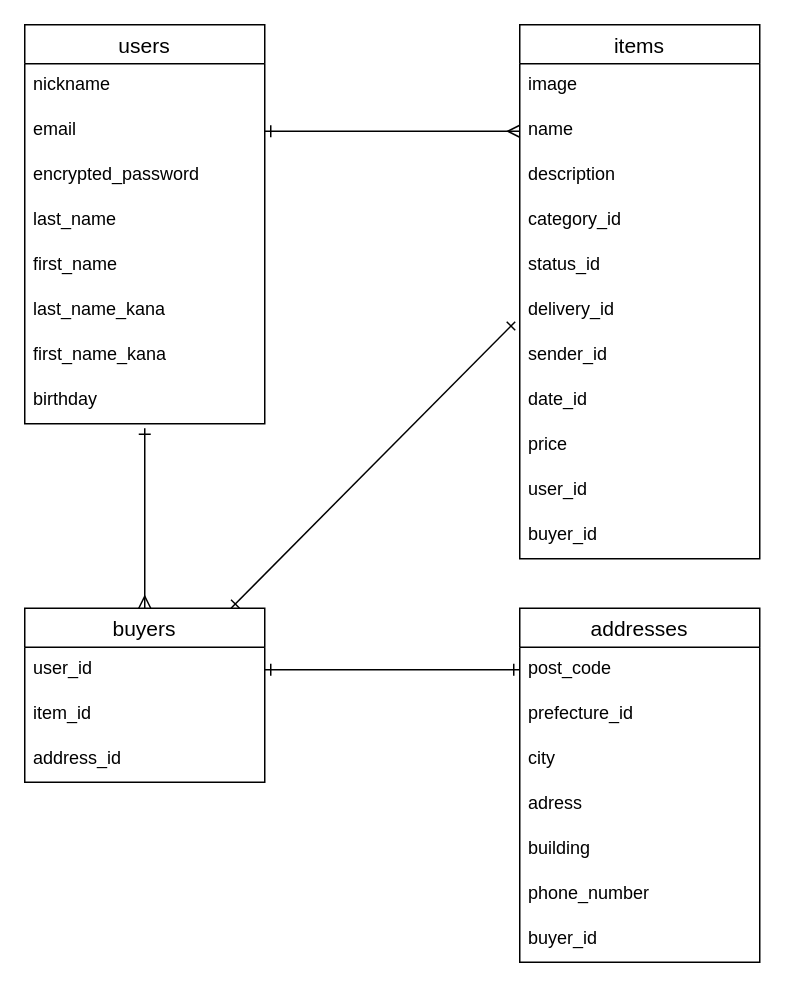
The draw.io diagram furima-38389.dio in masafumiikeda/furima-38389, before the edit. Source tidied: cells renumbered, new cells numbered last; positions are measured from the earlier drawing's top-left corner, leaving out a move shared by most shapes. Both pictures are drawn from the tidied source at 150%, with x=0, y=0 at pixel (24, 24).
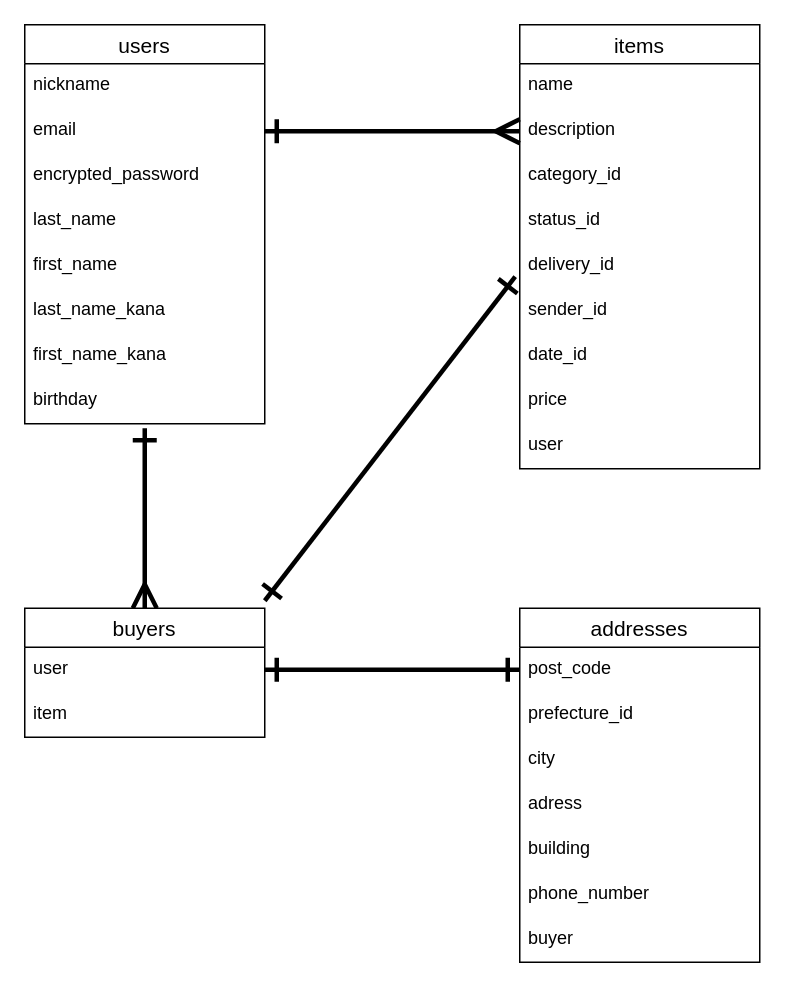
Above is the later version.

Commit message (it also covers changes not shown here):
READMEファイルの修正及びER図への反映

The change refers to these unchanged cells:
```xml
<mxCell id="4" value="email" style="text;strokeColor=none;fillColor=none;spacingLeft=4;spacingRight=4;overflow=hidden;points=[[0,0.5],[1,0.5]];portConstraint=eastwest;fontSize=12;" parent="2" vertex="1">
  <mxGeometry y="56" width="160" height="30" as="geometry" />
</mxCell>
<mxCell id="10" value="birthday" style="text;strokeColor=none;fillColor=none;spacingLeft=4;spacingRight=4;overflow=hidden;points=[[0,0.5],[1,0.5]];portConstraint=eastwest;fontSize=12;" parent="2" vertex="1">
  <mxGeometry y="236" width="160" height="30" as="geometry" />
</mxCell>
<mxCell id="30" value="addresses" style="swimlane;fontStyle=0;horizontal=1;startSize=26;align=center;fontSize=14;" parent="1" vertex="1">
  <mxGeometry x="330" y="389" width="160" height="236" as="geometry" />
</mxCell>
<mxCell id="31" value="post_code" style="text;strokeColor=none;fillColor=none;spacingLeft=4;spacingRight=4;overflow=hidden;points=[[0,0.5],[1,0.5]];portConstraint=eastwest;fontSize=12;" parent="30" vertex="1">
  <mxGeometry y="26" width="160" height="30" as="geometry" />
</mxCell>
```

Diff of the diagram source:
```diff
@@
     <mxCell id="11" value="items" style="swimlane;fontStyle=0;horizontal=1;startSize=26;align=center;fontSize=14;" parent="1" vertex="1">
-      <mxGeometry x="330" width="160" height="356" as="geometry" />
+      <mxGeometry x="330" width="160" height="296" as="geometry" />
     </mxCell>
-    <mxCell id="12" value="image" style="text;strokeColor=none;fillColor=none;spacingLeft=4;spacingRight=4;overflow=hidden;fontSize=12;" parent="11" vertex="1">
-      <mxGeometry y="26" width="160" height="30" as="geometry" />
-    </mxCell>
     <mxCell id="13" value="name" style="text;strokeColor=none;fillColor=none;spacingLeft=4;spacingRight=4;overflow=hidden;points=[[0,0.5],[1,0.5]];portConstraint=eastwest;fontSize=12;" parent="11" vertex="1">
-      <mxGeometry y="56" width="160" height="30" as="geometry" />
+      <mxGeometry y="26" width="160" height="30" as="geometry" />
     </mxCell>
     <mxCell id="14" value="description" style="text;strokeColor=none;fillColor=none;spacingLeft=4;spacingRight=4;overflow=hidden;points=[[0,0.5],[1,0.5]];portConstraint=eastwest;fontSize=12;" parent="11" vertex="1">
-      <mxGeometry y="86" width="160" height="30" as="geometry" />
+      <mxGeometry y="56" width="160" height="30" as="geometry" />
     </mxCell>
     <mxCell id="15" value="category_id" style="text;strokeColor=none;fillColor=none;spacingLeft=4;spacingRight=4;overflow=hidden;fontSize=12;" parent="11" vertex="1">
-      <mxGeometry y="116" width="160" height="30" as="geometry" />
+      <mxGeometry y="86" width="160" height="30" as="geometry" />
     </mxCell>
     <mxCell id="16" value="status_id" style="text;strokeColor=none;fillColor=none;spacingLeft=4;spacingRight=4;overflow=hidden;fontSize=12;" parent="11" vertex="1">
-      <mxGeometry y="146" width="160" height="30" as="geometry" />
+      <mxGeometry y="116" width="160" height="30" as="geometry" />
     </mxCell>
     <mxCell id="17" value="delivery_id" style="text;strokeColor=none;fillColor=none;spacingLeft=4;spacingRight=4;overflow=hidden;points=[[0,0.5],[1,0.5]];portConstraint=eastwest;fontSize=12;" parent="11" vertex="1">
-      <mxGeometry y="176" width="160" height="30" as="geometry" />
+      <mxGeometry y="146" width="160" height="30" as="geometry" />
     </mxCell>
     <mxCell id="18" value="sender_id" style="text;strokeColor=none;fillColor=none;spacingLeft=4;spacingRight=4;overflow=hidden;fontSize=12;" parent="11" vertex="1">
-      <mxGeometry y="206" width="160" height="30" as="geometry" />
+      <mxGeometry y="176" width="160" height="30" as="geometry" />
     </mxCell>
     <mxCell id="19" value="date_id" style="text;strokeColor=none;fillColor=none;spacingLeft=4;spacingRight=4;overflow=hidden;fontSize=12;" parent="11" vertex="1">
-      <mxGeometry y="236" width="160" height="30" as="geometry" />
+      <mxGeometry y="206" width="160" height="30" as="geometry" />
     </mxCell>
     <mxCell id="20" value="price" style="text;strokeColor=none;fillColor=none;spacingLeft=4;spacingRight=4;overflow=hidden;fontSize=12;" parent="11" vertex="1">
-      <mxGeometry y="266" width="160" height="30" as="geometry" />
+      <mxGeometry y="236" width="160" height="30" as="geometry" />
     </mxCell>
-    <mxCell id="21" value="user_id" style="text;strokeColor=none;fillColor=none;spacingLeft=4;spacingRight=4;overflow=hidden;fontSize=12;" parent="11" vertex="1">
-      <mxGeometry y="296" width="160" height="30" as="geometry" />
+    <mxCell id="21" value="user" style="text;strokeColor=none;fillColor=none;spacingLeft=4;spacingRight=4;overflow=hidden;fontSize=12;" parent="11" vertex="1">
+      <mxGeometry y="266" width="160" height="30" as="geometry" />
     </mxCell>
-    <mxCell id="22" value="buyer_id" style="text;strokeColor=none;fillColor=none;spacingLeft=4;spacingRight=4;overflow=hidden;fontSize=12;" parent="11" vertex="1">
-      <mxGeometry y="326" width="160" height="30" as="geometry" />
-    </mxCell>
-    <mxCell id="23" style="edgeStyle=none;html=1;exitX=1;exitY=0.5;exitDx=0;exitDy=0;entryX=0;entryY=0.5;entryDx=0;entryDy=0;endArrow=ERmany;endFill=0;startArrow=ERone;startFill=0;" parent="1" edge="1" source="4" target="13">
+    <mxCell id="23" style="edgeStyle=none;html=1;exitX=1;exitY=0.5;exitDx=0;exitDy=0;entryX=0;entryY=0.5;entryDx=0;entryDy=0;endArrow=ERmany;endFill=0;startArrow=ERone;startFill=0;strokeWidth=3;endSize=12;startSize=12;" parent="1" edge="1" source="4" target="14">
       <mxGeometry relative="1" as="geometry" />
     </mxCell>
-    <mxCell id="24" style="edgeStyle=none;html=1;entryX=0.5;entryY=1.1;entryDx=0;entryDy=0;entryPerimeter=0;startArrow=ERmany;startFill=0;endArrow=ERone;endFill=0;" parent="1" edge="1" source="26" target="10">
+    <mxCell id="24" style="edgeStyle=none;html=1;entryX=0.5;entryY=1.1;entryDx=0;entryDy=0;entryPerimeter=0;startArrow=ERmany;startFill=0;endArrow=ERone;endFill=0;strokeWidth=3;endSize=12;startSize=12;" parent="1" edge="1" source="26" target="10">
       <mxGeometry relative="1" as="geometry" />
     </mxCell>
-    <mxCell id="25" style="edgeStyle=none;html=1;entryX=-0.019;entryY=0.733;entryDx=0;entryDy=0;entryPerimeter=0;startArrow=ERone;startFill=0;endArrow=ERone;endFill=0;" parent="1" edge="1" source="26" target="17">
-      <mxGeometry relative="1" as="geometry" />
+    <mxCell id="25" style="edgeStyle=none;html=1;entryX=-0.019;entryY=0.733;entryDx=0;entryDy=0;entryPerimeter=0;startArrow=ERone;startFill=0;endArrow=ERone;endFill=0;jumpSize=6;endSize=12;startSize=12;strokeWidth=3;" parent="1" edge="1" target="17">
+      <mxGeometry relative="1" as="geometry">
+        <mxPoint x="160" y="384" as="sourcePoint" />
+      </mxGeometry>
     </mxCell>
     <mxCell id="26" value="buyers" style="swimlane;fontStyle=0;horizontal=1;startSize=26;align=center;fontSize=14;" parent="1" vertex="1">
-      <mxGeometry y="389" width="160" height="116" as="geometry" />
+      <mxGeometry y="389" width="160" height="86" as="geometry" />
     </mxCell>
-    <mxCell id="27" value="user_id" style="text;strokeColor=none;fillColor=none;spacingLeft=4;spacingRight=4;overflow=hidden;points=[[0,0.5],[1,0.5]];portConstraint=eastwest;fontSize=12;" parent="26" vertex="1">
+    <mxCell id="27" value="user" style="text;strokeColor=none;fillColor=none;spacingLeft=4;spacingRight=4;overflow=hidden;points=[[0,0.5],[1,0.5]];portConstraint=eastwest;fontSize=12;" parent="26" vertex="1">
       <mxGeometry y="26" width="160" height="30" as="geometry" />
     </mxCell>
-    <mxCell id="28" value="item_id" style="text;strokeColor=none;fillColor=none;spacingLeft=4;spacingRight=4;overflow=hidden;fontSize=12;" parent="26" vertex="1">
+    <mxCell id="28" value="item" style="text;strokeColor=none;fillColor=none;spacingLeft=4;spacingRight=4;overflow=hidden;fontSize=12;" parent="26" vertex="1">
       <mxGeometry y="56" width="160" height="30" as="geometry" />
     </mxCell>
-    <mxCell id="29" value="address_id" style="text;strokeColor=none;fillColor=none;spacingLeft=4;spacingRight=4;overflow=hidden;fontSize=12;" parent="26" vertex="1">
-      <mxGeometry y="86" width="160" height="30" as="geometry" />
-    </mxCell>
@@
-    <mxCell id="37" value="buyer_id" style="text;strokeColor=none;fillColor=none;spacingLeft=4;spacingRight=4;overflow=hidden;fontSize=12;" parent="30" vertex="1">
+    <mxCell id="37" value="buyer" style="text;strokeColor=none;fillColor=none;spacingLeft=4;spacingRight=4;overflow=hidden;fontSize=12;" parent="30" vertex="1">
       <mxGeometry y="206" width="160" height="30" as="geometry" />
     </mxCell>
-    <mxCell id="38" style="edgeStyle=none;html=1;entryX=0;entryY=0.5;entryDx=0;entryDy=0;startArrow=ERone;startFill=0;endArrow=ERone;endFill=0;" parent="1" edge="1" source="27" target="31">
+    <mxCell id="38" style="edgeStyle=none;html=1;entryX=0;entryY=0.5;entryDx=0;entryDy=0;startArrow=ERone;startFill=0;endArrow=ERone;endFill=0;endSize=12;startSize=12;strokeWidth=3;" parent="1" edge="1" source="27" target="31">
       <mxGeometry relative="1" as="geometry" />
     </mxCell>
```
